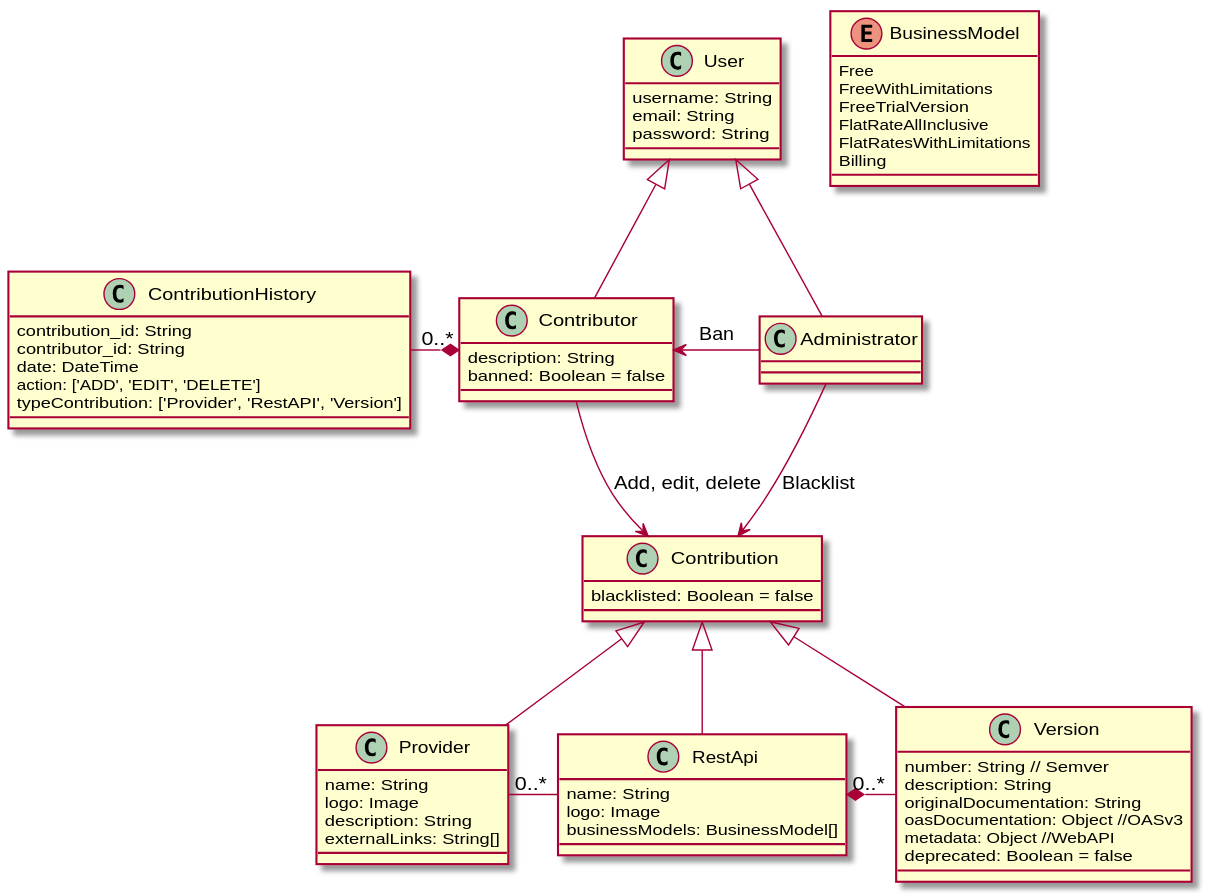
This is doc/DC APIs Repositorio.svg from tonen100/TFM_API_RepositorioServiciosWebEnriquecidos, a PlantUML export, as it was before one commit.
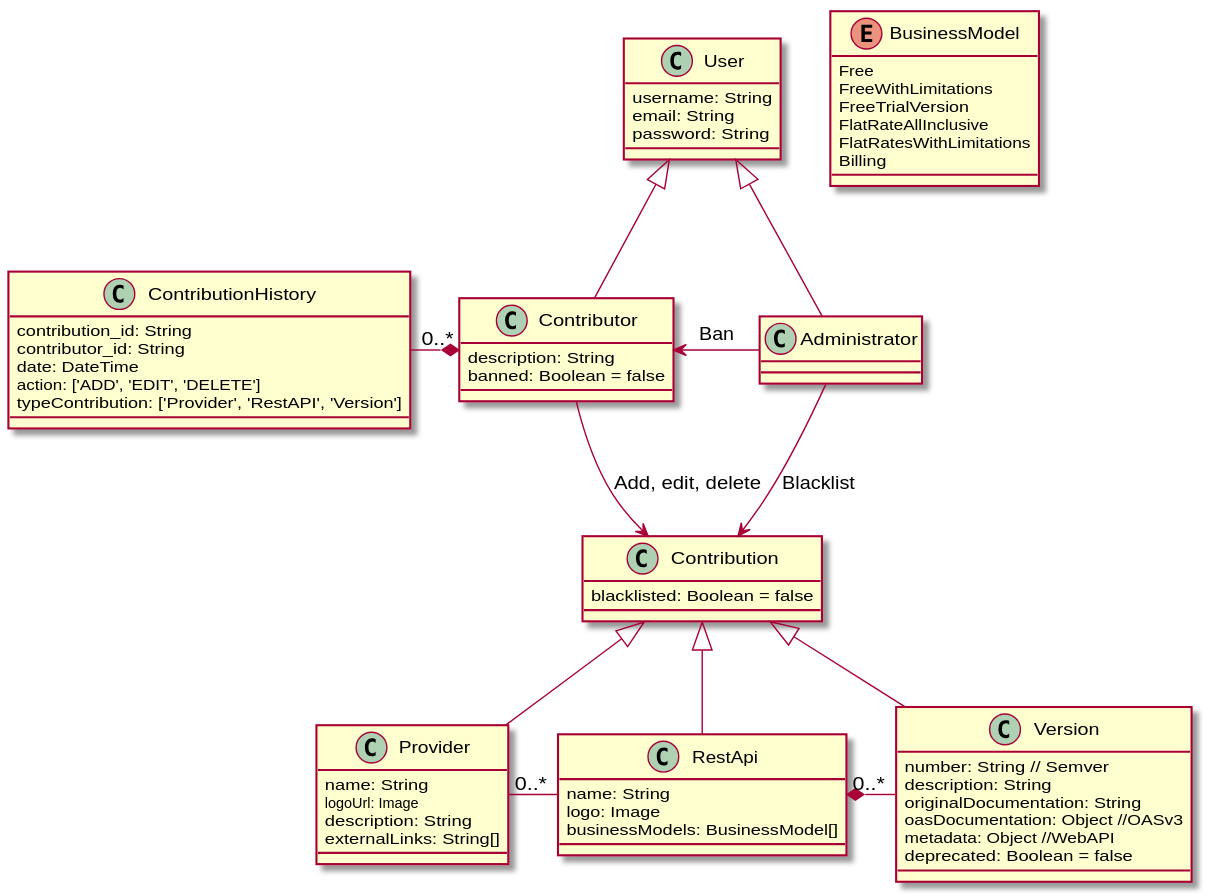
Later version of the same file.

The edit, as a diff of the source:
```diff
@@ -10,14 +10,14 @@
 
 class Provider {
     name: String
-    logo: Image
+    logoUrl: Image
     description: String
     externalLinks: String[]
 }
 
 class RestApi {
    name: String
-   logo: Image
+   logoUrl: Image
    businessModels: BusinessModel[]
 }
 
```
